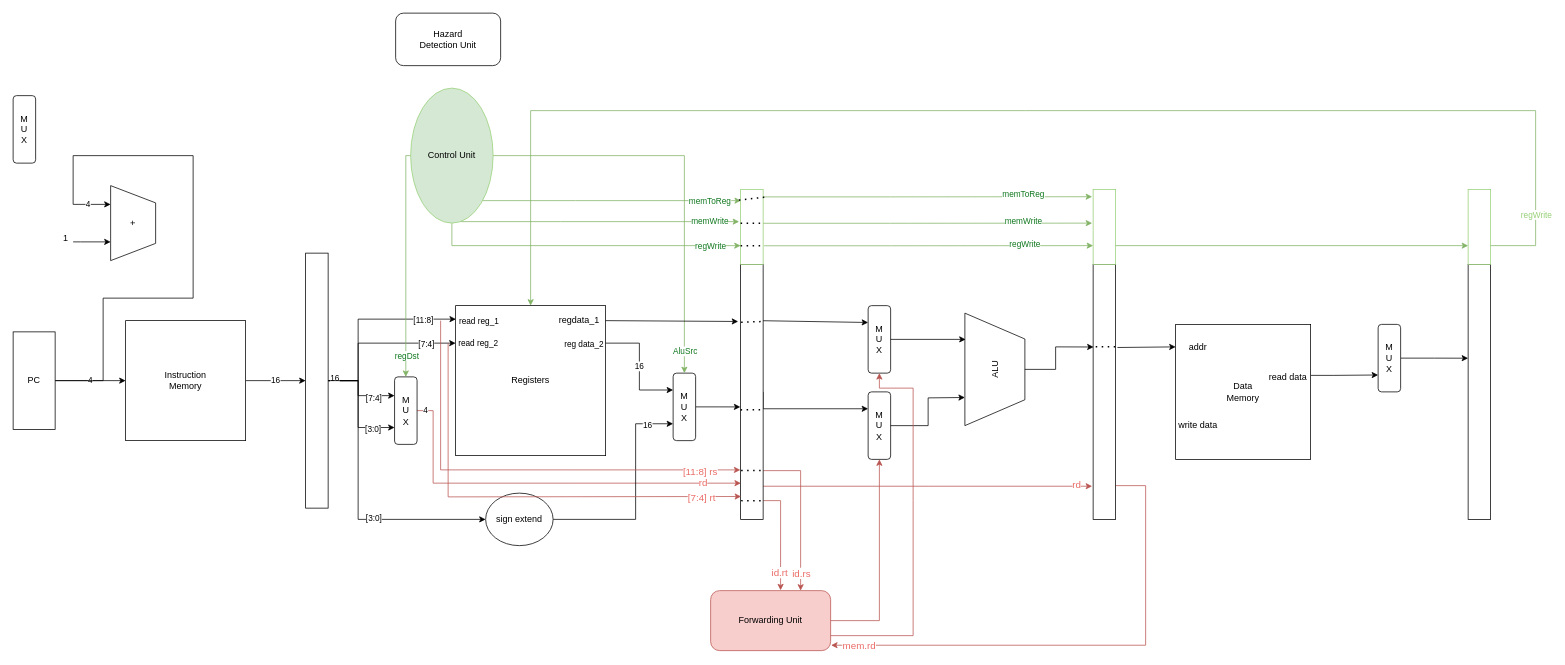
PeitingXie/COMP3211-project keeps this draw.io diagram as Untitled Diagram.drawio. Above is the earlier version. Source tidied: cells renumbered, new cells numbered last; positions are measured from the earlier drawing's top-left corner, leaving out a move shared by most shapes. Both pictures are drawn from the tidied source at 75%, with x=0, y=0 at pixel (13, 13).
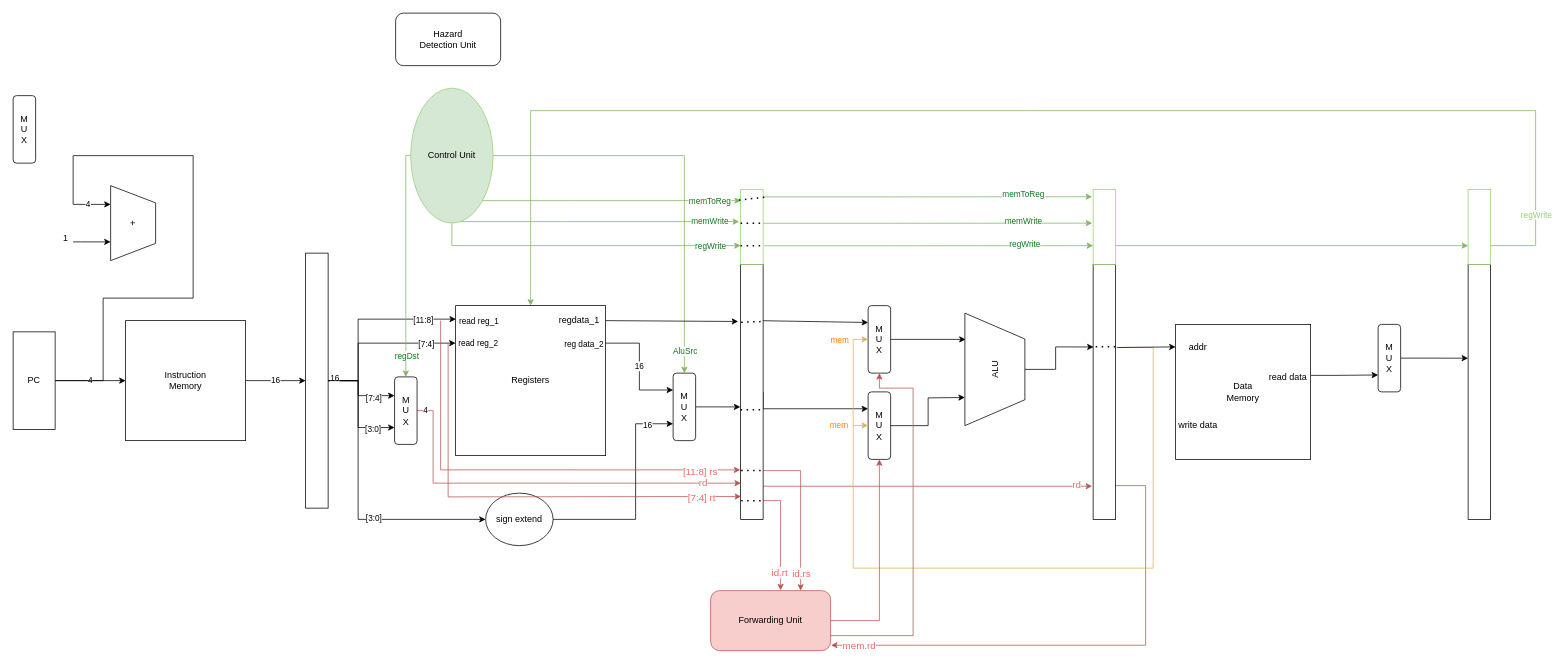
Above is the later version.

Commit message:
added mem connection to muxes Untitled Diagram.drawio

Unchanged cells that the change refers to:
```xml
<mxCell id="31" value="M&lt;br&gt;U&lt;br&gt;X" style="rounded=1;whiteSpace=wrap;html=1;" parent="1" vertex="1">
  <mxGeometry x="1140" y="390" width="30" height="90" as="geometry" />
</mxCell>
<mxCell id="41" style="rounded=0;whiteSpace=wrap;html=1;" parent="1" vertex="1">
  <mxGeometry x="1440" y="335" width="30" height="340" as="geometry" />
</mxCell>
```

The edit, as a diff of the source:
```diff
@@
+    <mxCell id="104" style="edgeStyle=orthogonalEdgeStyle;rounded=0;jettySize=auto;html=1;entryX=0;entryY=0.5;entryDx=0;entryDy=0;exitX=1.026;exitY=0.326;exitDx=0;exitDy=0;exitPerimeter=0;fillColor=#fff2cc;strokeColor=#d6b656;" parent="1" edge="1" source="41" target="31">
+      <mxGeometry relative="1" as="geometry">
+        <Array as="points">
+          <mxPoint x="1520" y="446" />
+          <mxPoint x="1520" y="740" />
+          <mxPoint x="1120" y="740" />
+          <mxPoint x="1120" y="435" />
+        </Array>
+      </mxGeometry>
+    </mxCell>
+    <mxCell id="105" value="&lt;font color=&quot;#ff8000&quot;&gt;mem&lt;/font&gt;" style="edgeLabel;html=1;align=center;verticalAlign=middle;" parent="104" vertex="1">
+      <mxGeometry x="0.97" relative="1" as="geometry">
+        <mxPoint x="-22" as="offset" />
+      </mxGeometry>
+    </mxCell>
@@
+    <mxCell id="106" style="endArrow=classic;html=1;rounded=0;fillColor=#fff2cc;strokeColor=#d6b656;" parent="1" edge="1">
+      <mxGeometry relative="1" as="geometry">
+        <mxPoint x="1120" y="549.8" as="sourcePoint" />
+        <mxPoint x="1140" y="549.8" as="targetPoint" />
+      </mxGeometry>
+    </mxCell>
+    <mxCell id="107" value="mem" style="edgeLabel;html=1;align=center;verticalAlign=middle;fontColor=#FF8000;" parent="106" vertex="1">
+      <mxGeometry x="-0.63" relative="1" as="geometry">
+        <mxPoint x="-24" as="offset" />
+      </mxGeometry>
+    </mxCell>
```
